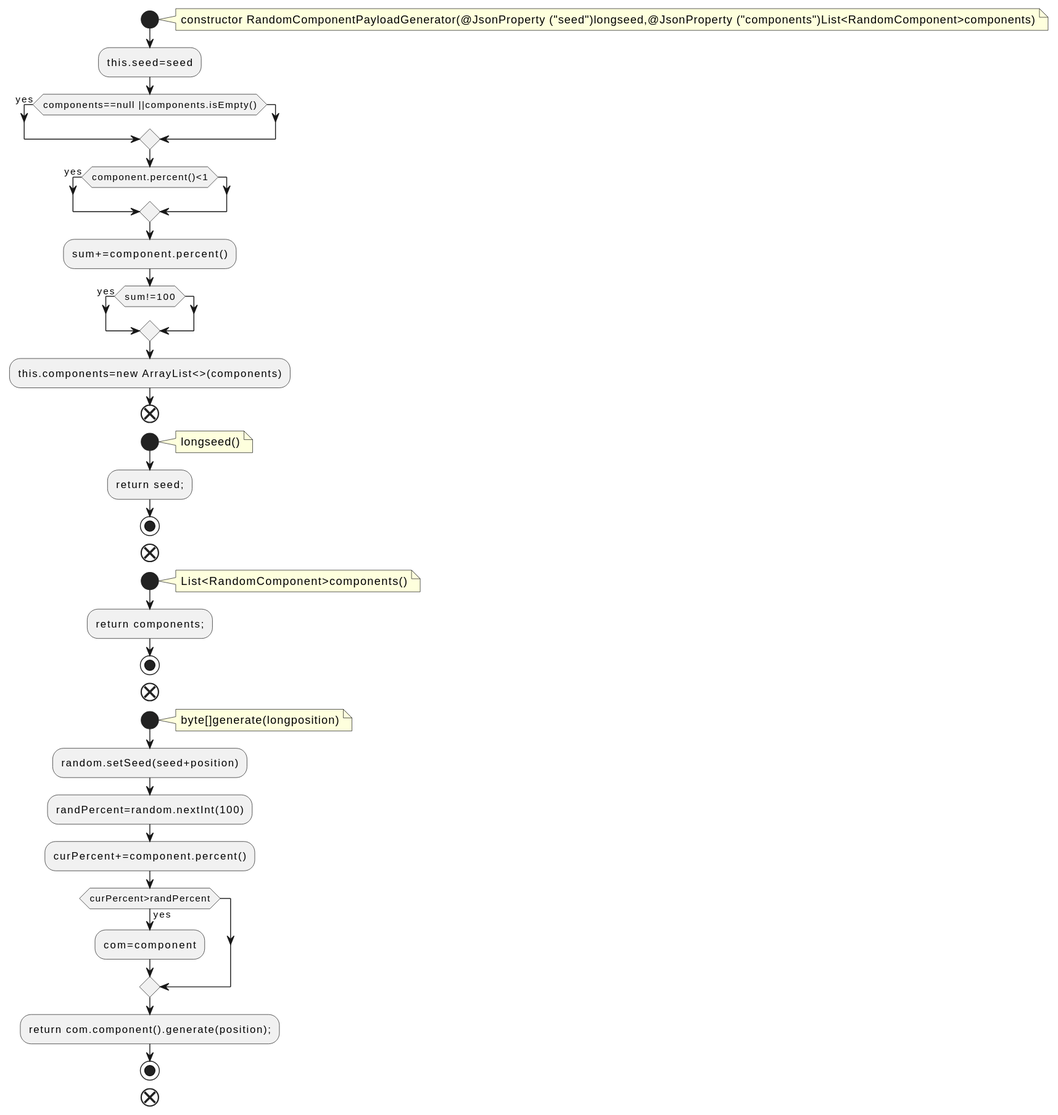
Earlier version of the PlantUML export docs/qc/trogdor/src/main/java/org/apache/kafka/trogdor/workload/RandomComponentPayloadGenerator.java.fct.svg (qualitesys/kafka). Source of this version:
```plantuml
@startuml
!pragma layout smetana
start
note right
constructor RandomComponentPayloadGenerator(@JsonProperty ("seed")longseed,@JsonProperty ("components")List<RandomComponent>components)
end note
:this.seed=seed;
if (components==null ||components.isEmpty()) then (yes)
endif
if (component.percent()<1) then (yes)
endif
:sum+=component.percent();
if (sum!=100) then (yes)
endif
:this.components=new ArrayList<>(components);
end
start
note right
longseed()
end note
:return seed;;
stop
end
start
note right
List<RandomComponent>components()
end note
:return components;;
stop
end
start
note right
byte[]generate(longposition)
end note
:random.setSeed(seed+position);
:randPercent=random.nextInt(100);
:curPercent+=component.percent();
if (curPercent>randPercent) then (yes)
:com=component;
endif
:return com.component().generate(position);;
stop
end
@enduml
```
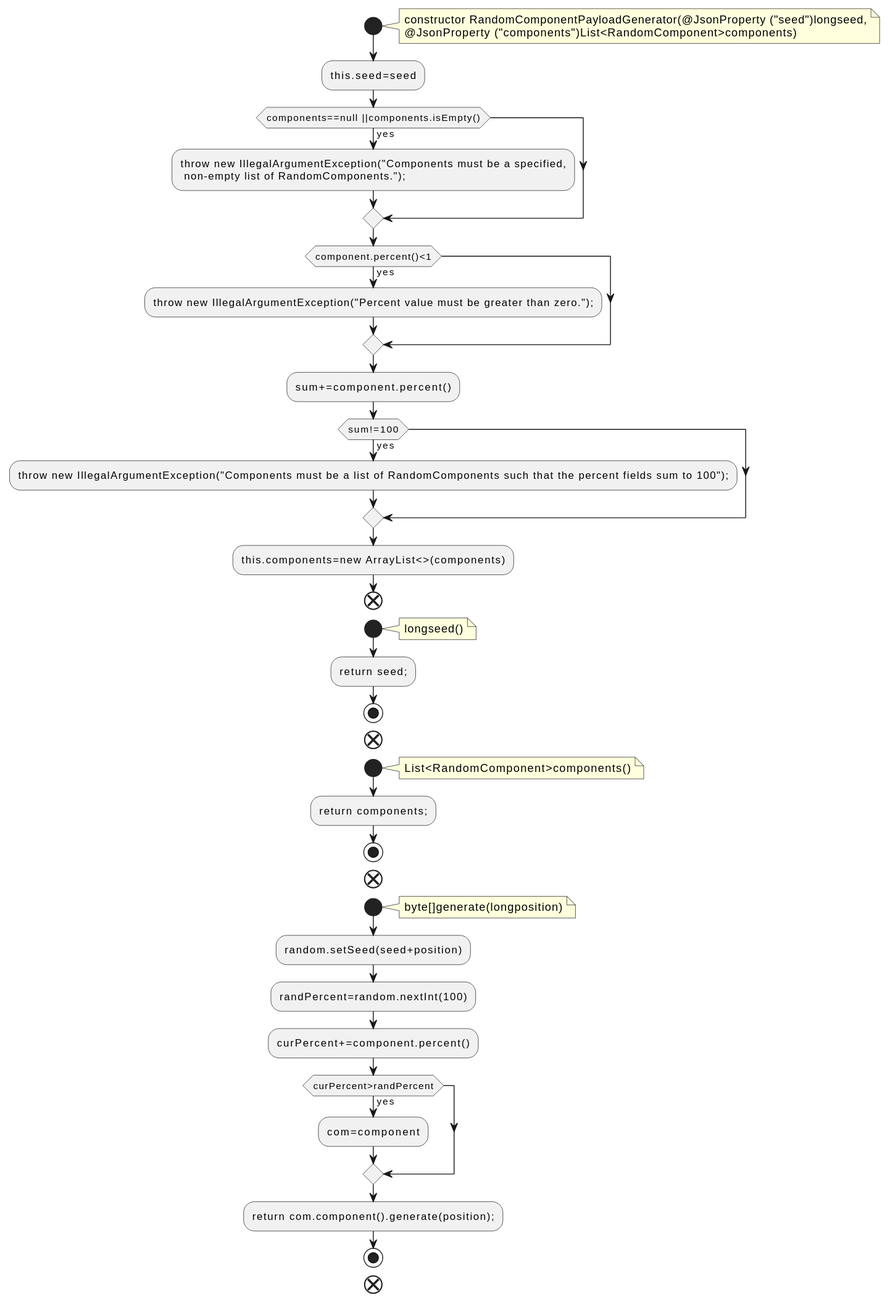
The same file after the commit.

Diff of the diagram source:
```diff
@@ -2,15 +2,20 @@
 !pragma layout smetana
 start
 note right
-constructor RandomComponentPayloadGenerator(@JsonProperty ("seed")longseed,@JsonProperty ("components")List<RandomComponent>components)
+constructor RandomComponentPayloadGenerator(@JsonProperty ("seed")longseed,
+@JsonProperty ("components")List<RandomComponent>components)
 end note
 :this.seed=seed;
 if (components==null ||components.isEmpty()) then (yes)
+:throw new IllegalArgumentException("Components must be a specified,
+ non-empty list of RandomComponents.");;
 endif
 if (component.percent()<1) then (yes)
+:throw new IllegalArgumentException("Percent value must be greater than zero.");;
 endif
 :sum+=component.percent();
 if (sum!=100) then (yes)
+:throw new IllegalArgumentException("Components must be a list of RandomComponents such that the percent fields sum to 100");;
 endif
 :this.components=new ArrayList<>(components);
 end
```
